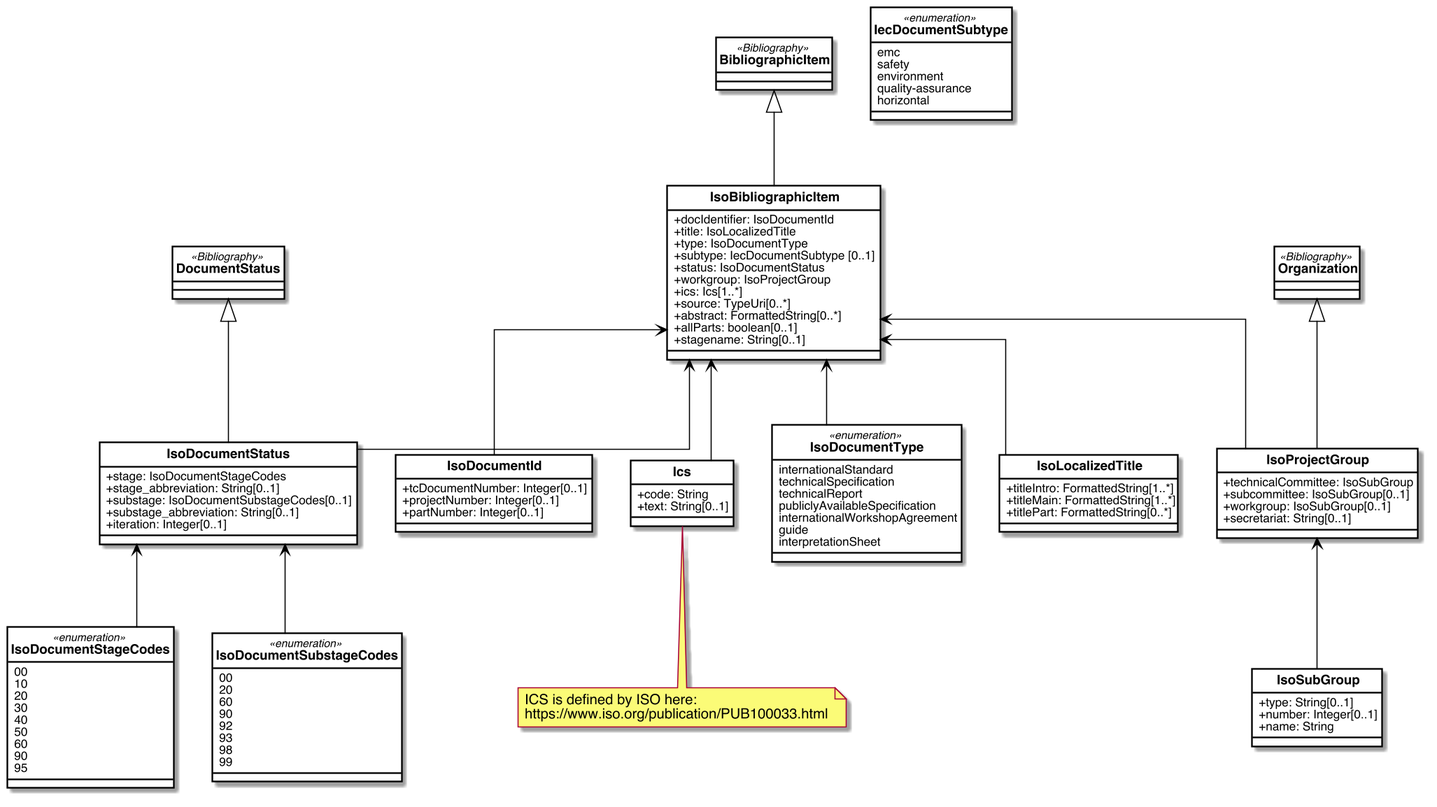
Before: iso/images/IsoDoc_IsoBibliographicItem.png, a diagram exported from PlantUML (metanorma/standoc-models).
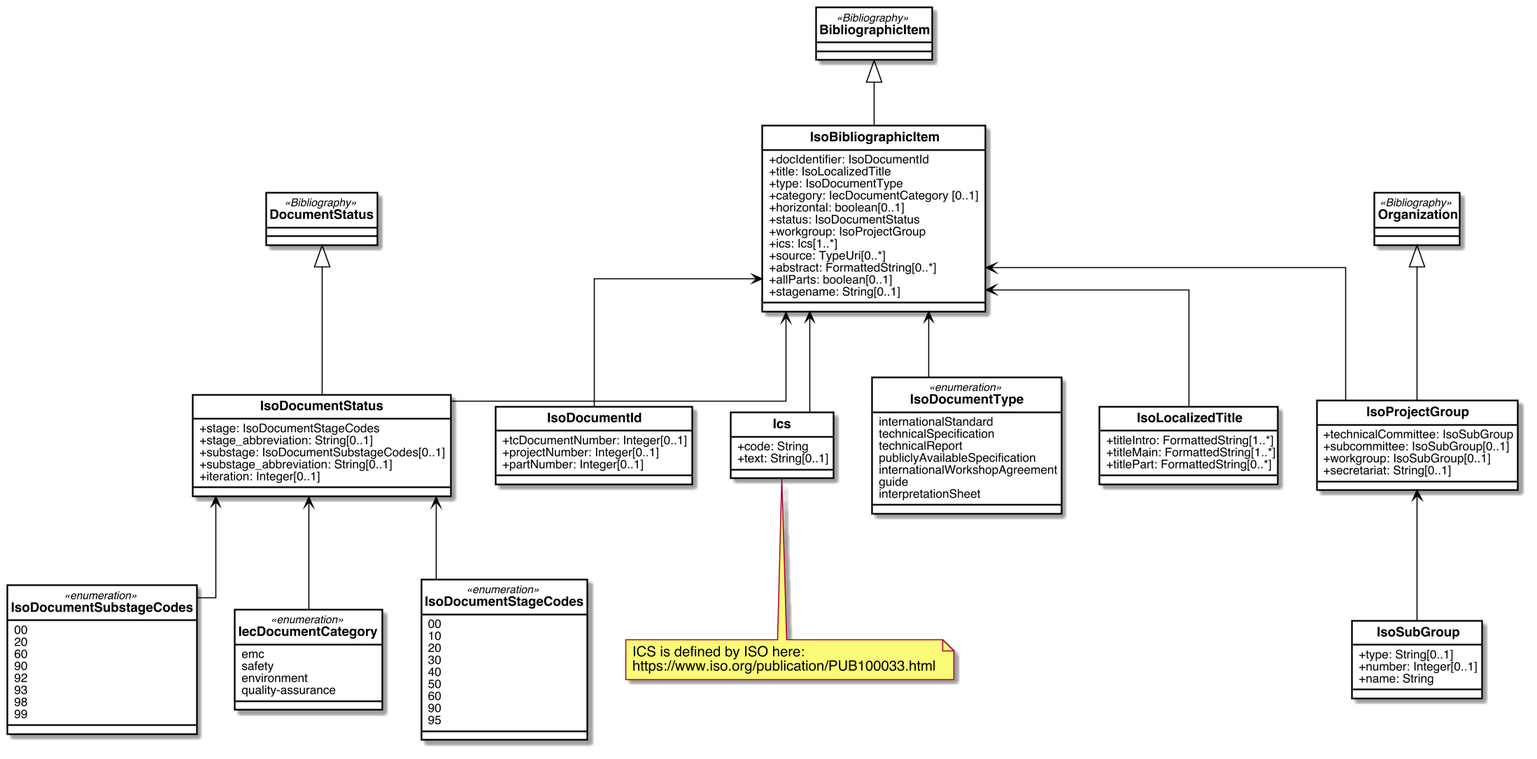
The same diagram one commit later.

Commit message:
ISO, IEC: horizontal, function: https://github.com/metanorma/metanorma-iec/issues/45

What changed in the source:
```diff
@@ -11,7 +11,8 @@
     +docIdentifier: IsoDocumentId
     +title: IsoLocalizedTitle
     +type: IsoDocumentType
-    +subtype: IecDocumentSubtype [0..1]
+    +category: IecDocumentCategory [0..1]
+    +horizontal: boolean[0..1]
     +status: IsoDocumentStatus
     +workgroup: IsoProjectGroup
     +ics: Ics[1..*]
@@ -77,12 +78,11 @@
     interpretationSheet
 }
 
-enum IecDocumentSubtype <<enumeration>>{
+enum IecDocumentCategory <<enumeration>>{
     emc
     safety
     environment
     quality-assurance
-    horizontal
 }
 
 enum IsoDocumentStageCodes <<enumeration>>{
@@ -123,6 +123,7 @@
 
 IsoDocumentStatus <-- IsoDocumentStageCodes
 IsoDocumentStatus <-- IsoDocumentSubstageCodes
+IsoDocumentStatus <-- IecDocumentCategory
 
 Organization <|-- IsoProjectGroup
 
```
